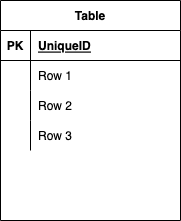
This is tweet.drawio.png from yuma-matsui/fjord_draft, a draw.io export, as it was before one commit. Source tidied: cells renumbered, new cells last; positions are measured from the earlier drawing's top-left corner, leaving out a move shared by most shapes.
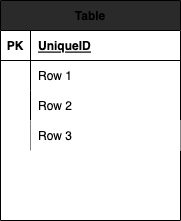
After the change.

Diff of the diagram source:
```diff
@@ -2,7 +2,7 @@
   <root>
     <mxCell id="0" />
     <mxCell id="1" parent="0" />
-    <mxCell id="2" value="Table" style="shape=table;startSize=30;rowLines=0;fontStyle=1;align=center;" parent="1" vertex="1">
+    <mxCell id="2" value="Table" style="shape=table;startSize=30;rowLines=0;fontStyle=1;align=center;swimlaneFillColor=default;fillColor=#2A2A2A;" parent="1" vertex="1">
       <mxGeometry width="180" height="220" as="geometry" />
     </mxCell>
     <mxCell id="3" style="shape=partialRectangle;fillColor=none;top=0;left=0;bottom=1;right=0;" parent="2" vertex="1">
@@ -38,7 +38,7 @@
     <mxCell id="13" style="shape=partialRectangle;fillColor=none;top=0;left=0;bottom=0;right=0;overflow=hidden;" parent="12" vertex="1">
       <mxGeometry width="30" height="30" as="geometry" />
     </mxCell>
-    <mxCell id="14" value="Row 3" style="shape=partialRectangle;fillColor=none;top=0;left=0;bottom=0;right=0;align=left;spacingLeft=6;overflow=hidden;" parent="12" vertex="1">
+    <mxCell id="14" value="Row 3" style="shape=partialRectangle;fillColor=default;top=0;left=0;bottom=0;right=0;align=left;spacingLeft=6;overflow=hidden;labelBackgroundColor=none;labelBorderColor=none;" parent="12" vertex="1">
       <mxGeometry x="30" width="150" height="30" as="geometry" />
     </mxCell>
   </root>
```
